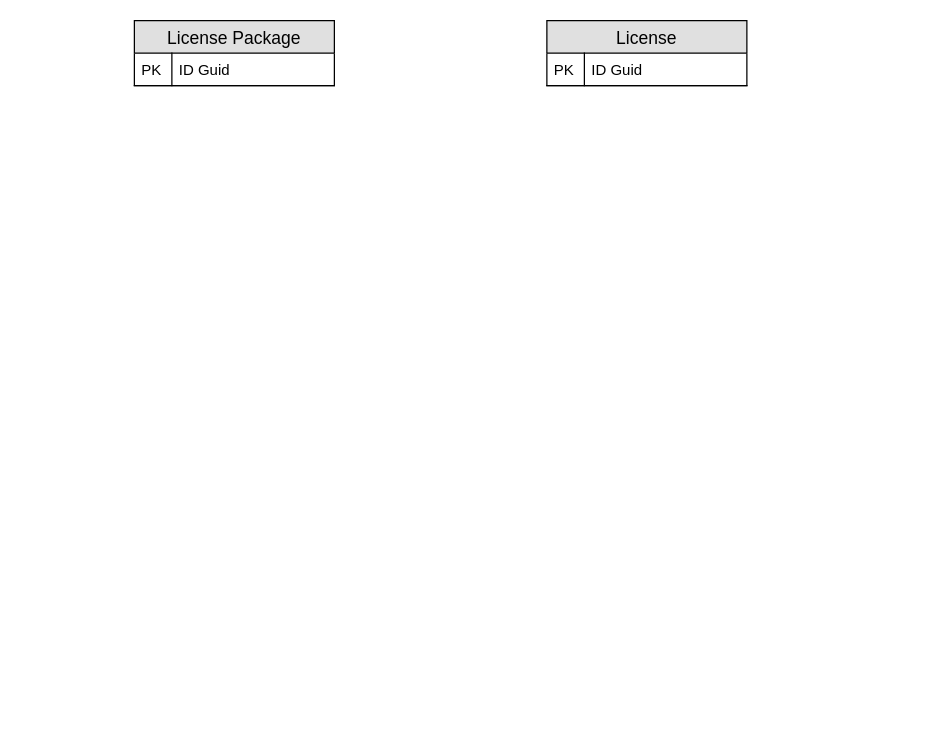
xiaowei90113/Design keeps this draw.io diagram as page "Physical Data Model" (1 of 3) of SFx License Management Tech Design.drawio. Above is the earlier version. Source tidied: cells renumbered, new cells numbered last; positions are measured from the earlier drawing's top-left corner, leaving out a move shared by most shapes. Both pictures are drawn from the tidied source at 125%, with x=0, y=0 at pixel (134, 20).
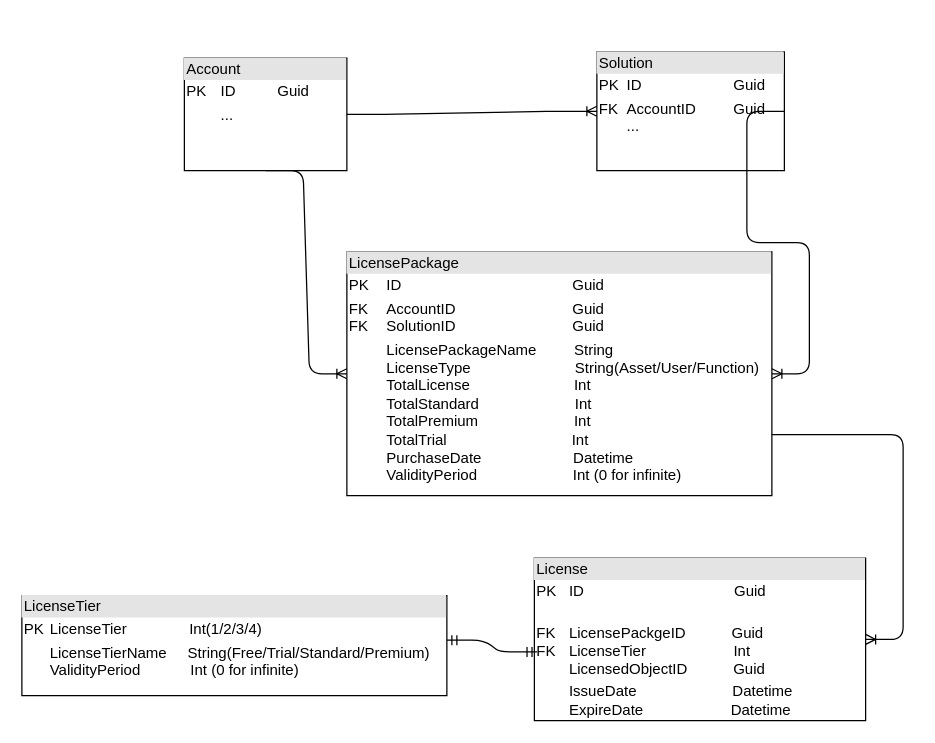
After the change.

Diff of the diagram source:
```diff
@@
 <mxGraphModel>
   <root>
     <mxCell id="0" />
     <mxCell id="1" parent="0" />
-    <mxCell id="2" value="License Package" style="swimlane;fontStyle=0;horizontal=1;startSize=26;fillColor=#e0e0e0;swimlaneFillColor=#ffffff;align=center;fontSize=14;" parent="1" vertex="1">
-      <mxGeometry width="160" height="52" as="geometry" />
-    </mxCell>
-    <mxCell id="3" value="ID Guid" style="shape=partialRectangle;top=0;left=0;right=0;bottom=1;align=left;verticalAlign=top;fillColor=none;spacingLeft=34;spacingRight=4;overflow=hidden;fontSize=12;" parent="2" vertex="1">
-      <mxGeometry y="26" width="160" height="26" as="geometry" />
-    </mxCell>
-    <mxCell id="4" value="PK" style="shape=partialRectangle;top=0;left=0;bottom=0;fillColor=none;align=left;verticalAlign=top;spacingLeft=4;spacingRight=4;overflow=hidden;fontSize=12;" parent="3" vertex="1">
-      <mxGeometry width="30" height="26" as="geometry" />
-    </mxCell>
-    <mxCell id="5" value="License" style="swimlane;fontStyle=0;horizontal=1;startSize=26;fillColor=#e0e0e0;swimlaneFillColor=#ffffff;align=center;fontSize=14;" parent="1" vertex="1">
-      <mxGeometry x="330" width="160" height="52" as="geometry" />
-    </mxCell>
-    <mxCell id="6" value="ID Guid" style="shape=partialRectangle;top=0;left=0;right=0;bottom=1;align=left;verticalAlign=top;fillColor=none;spacingLeft=34;spacingRight=4;overflow=hidden;fontSize=12;" parent="5" vertex="1">
-      <mxGeometry y="26" width="160" height="26" as="geometry" />
-    </mxCell>
-    <mxCell id="7" value="PK" style="shape=partialRectangle;top=0;left=0;bottom=0;fillColor=none;align=left;verticalAlign=top;spacingLeft=4;spacingRight=4;overflow=hidden;fontSize=12;" parent="6" vertex="1">
-      <mxGeometry width="30" height="26" as="geometry" />
-    </mxCell>
+    <mxCell id="8" value="&lt;div style=&quot;box-sizing: border-box ; width: 100% ; background: #e4e4e4 ; padding: 2px&quot;&gt;LicensePackage&lt;br&gt;&lt;/div&gt;&lt;table style=&quot;width: 100% ; font-size: 1em&quot; cellpadding=&quot;2&quot; cellspacing=&quot;0&quot;&gt;&lt;tbody&gt;&lt;tr&gt;&lt;td&gt;PK&lt;/td&gt;&lt;td&gt;ID&amp;nbsp; &amp;nbsp; &amp;nbsp; &amp;nbsp; &amp;nbsp; &amp;nbsp; &amp;nbsp; &amp;nbsp; &amp;nbsp; &amp;nbsp; &amp;nbsp; &amp;nbsp; &amp;nbsp; &amp;nbsp; &amp;nbsp; &amp;nbsp; &amp;nbsp; &amp;nbsp; &amp;nbsp; &amp;nbsp; &amp;nbsp;Guid&lt;br&gt;&lt;/td&gt;&lt;/tr&gt;&lt;tr&gt;&lt;td&gt;FK&amp;nbsp; &amp;nbsp;&lt;br&gt;FK&lt;br&gt;&lt;/td&gt;&lt;td&gt;AccountID&amp;nbsp; &amp;nbsp; &amp;nbsp; &amp;nbsp; &amp;nbsp; &amp;nbsp; &amp;nbsp; &amp;nbsp; &amp;nbsp; &amp;nbsp; &amp;nbsp; &amp;nbsp; &amp;nbsp; &amp;nbsp; Guid&lt;br&gt;SolutionID&amp;nbsp; &amp;nbsp; &amp;nbsp; &amp;nbsp; &amp;nbsp; &amp;nbsp; &amp;nbsp; &amp;nbsp; &amp;nbsp; &amp;nbsp; &amp;nbsp; &amp;nbsp; &amp;nbsp; &amp;nbsp; Guid&lt;br&gt;&lt;/td&gt;&lt;/tr&gt;&lt;tr&gt;&lt;td&gt;&lt;/td&gt;&lt;td&gt;LicensePackageName&amp;nbsp; &amp;nbsp; &amp;nbsp; &amp;nbsp; &amp;nbsp;String&lt;br&gt;LicenseType&amp;nbsp; &amp;nbsp; &amp;nbsp; &amp;nbsp; &amp;nbsp; &amp;nbsp; &amp;nbsp; &amp;nbsp; &amp;nbsp; &amp;nbsp; &amp;nbsp; &amp;nbsp; &amp;nbsp;String(Asset/User/Function)&lt;br&gt;TotalLicense&amp;nbsp; &amp;nbsp; &amp;nbsp; &amp;nbsp; &amp;nbsp; &amp;nbsp; &amp;nbsp; &amp;nbsp; &amp;nbsp; &amp;nbsp; &amp;nbsp; &amp;nbsp; &amp;nbsp;Int&lt;br&gt;TotalStandard&amp;nbsp; &amp;nbsp; &amp;nbsp; &amp;nbsp; &amp;nbsp; &amp;nbsp; &amp;nbsp; &amp;nbsp; &amp;nbsp; &amp;nbsp; &amp;nbsp; &amp;nbsp;Int&lt;br&gt;TotalPremium&amp;nbsp; &amp;nbsp; &amp;nbsp; &amp;nbsp; &amp;nbsp; &amp;nbsp; &amp;nbsp; &amp;nbsp; &amp;nbsp; &amp;nbsp; &amp;nbsp; &amp;nbsp;Int&lt;br&gt;TotalTrial&amp;nbsp; &amp;nbsp; &amp;nbsp; &amp;nbsp; &amp;nbsp; &amp;nbsp; &amp;nbsp; &amp;nbsp; &amp;nbsp; &amp;nbsp; &amp;nbsp; &amp;nbsp; &amp;nbsp; &amp;nbsp; &amp;nbsp; Int&lt;br&gt;PurchaseDate&amp;nbsp; &amp;nbsp; &amp;nbsp; &amp;nbsp; &amp;nbsp; &amp;nbsp; &amp;nbsp; &amp;nbsp; &amp;nbsp; &amp;nbsp; &amp;nbsp; Datetime&lt;br&gt;ValidityPeriod&amp;nbsp; &amp;nbsp; &amp;nbsp; &amp;nbsp; &amp;nbsp; &amp;nbsp; &amp;nbsp; &amp;nbsp; &amp;nbsp; &amp;nbsp; &amp;nbsp; &amp;nbsp;Int (0 for infinite)&lt;br&gt;&lt;br&gt;&lt;br&gt;&lt;br&gt;&lt;br&gt;&lt;/td&gt;&lt;/tr&gt;&lt;/tbody&gt;&lt;/table&gt;" style="verticalAlign=top;align=left;overflow=fill;html=1;" parent="1" vertex="1">
+      <mxGeometry x="170" y="185" width="340" height="195" as="geometry" />
+    </mxCell>
+    <mxCell id="9" value="&lt;div style=&quot;box-sizing: border-box ; width: 100% ; background: #e4e4e4 ; padding: 2px&quot;&gt;License&lt;br&gt;&lt;/div&gt;&lt;table style=&quot;width: 100% ; font-size: 1em&quot; cellpadding=&quot;2&quot; cellspacing=&quot;0&quot;&gt;&lt;tbody&gt;&lt;tr&gt;&lt;td&gt;PK&lt;/td&gt;&lt;td&gt;ID&amp;nbsp; &amp;nbsp; &amp;nbsp; &amp;nbsp; &amp;nbsp; &amp;nbsp; &amp;nbsp; &amp;nbsp; &amp;nbsp; &amp;nbsp; &amp;nbsp; &amp;nbsp; &amp;nbsp; &amp;nbsp; &amp;nbsp; &amp;nbsp; &amp;nbsp; &amp;nbsp; Guid&lt;br&gt;&lt;/td&gt;&lt;/tr&gt;&lt;tr&gt;&lt;td&gt;FK&lt;br&gt;FK&lt;/td&gt;&lt;td&gt;&lt;br&gt;LicensePackgeID&amp;nbsp; &amp;nbsp; &amp;nbsp; &amp;nbsp; &amp;nbsp; &amp;nbsp;Guid&lt;br&gt;LicenseTier&amp;nbsp; &amp;nbsp; &amp;nbsp; &amp;nbsp; &amp;nbsp; &amp;nbsp; &amp;nbsp; &amp;nbsp; &amp;nbsp; &amp;nbsp; &amp;nbsp;Int&lt;br&gt;LicensedObjectID&amp;nbsp; &amp;nbsp; &amp;nbsp; &amp;nbsp; &amp;nbsp; &amp;nbsp;Guid&lt;br&gt;&lt;/td&gt;&lt;/tr&gt;&lt;tr&gt;&lt;td&gt;&lt;br&gt;&lt;/td&gt;&lt;td&gt;IssueDate&amp;nbsp; &amp;nbsp; &amp;nbsp; &amp;nbsp; &amp;nbsp; &amp;nbsp; &amp;nbsp; &amp;nbsp; &amp;nbsp; &amp;nbsp; &amp;nbsp; &amp;nbsp;Datetime&lt;br&gt;ExpireDate&amp;nbsp; &amp;nbsp; &amp;nbsp; &amp;nbsp; &amp;nbsp; &amp;nbsp; &amp;nbsp; &amp;nbsp; &amp;nbsp; &amp;nbsp; &amp;nbsp;Datetime&lt;br&gt;&lt;br&gt;&lt;br&gt;&lt;br&gt;&lt;br&gt;&lt;/td&gt;&lt;/tr&gt;&lt;/tbody&gt;&lt;/table&gt;" style="verticalAlign=top;align=left;overflow=fill;html=1;" parent="1" vertex="1">
+      <mxGeometry x="320" y="430" width="265" height="130" as="geometry" />
+    </mxCell>
+    <mxCell id="10" value="&lt;div style=&quot;box-sizing: border-box ; width: 100% ; background: #e4e4e4 ; padding: 2px&quot;&gt;Solution&lt;/div&gt;&lt;table style=&quot;width: 100% ; font-size: 1em&quot; cellpadding=&quot;2&quot; cellspacing=&quot;0&quot;&gt;&lt;tbody&gt;&lt;tr&gt;&lt;td&gt;PK&lt;/td&gt;&lt;td&gt;ID&amp;nbsp; &amp;nbsp; &amp;nbsp; &amp;nbsp; &amp;nbsp; &amp;nbsp; &amp;nbsp; &amp;nbsp; &amp;nbsp; &amp;nbsp; &amp;nbsp; Guid&lt;/td&gt;&lt;/tr&gt;&lt;tr&gt;&lt;td&gt;FK&lt;br&gt;&lt;br&gt;&lt;/td&gt;&lt;td&gt;AccountID&amp;nbsp; &amp;nbsp; &amp;nbsp; &amp;nbsp; &amp;nbsp;Guid&lt;br&gt;...&lt;/td&gt;&lt;/tr&gt;&lt;tr&gt;&lt;td&gt;&lt;/td&gt;&lt;td&gt;&lt;br&gt;&lt;br&gt;&lt;/td&gt;&lt;/tr&gt;&lt;/tbody&gt;&lt;/table&gt;" style="verticalAlign=top;align=left;overflow=fill;html=1;" parent="1" vertex="1">
+      <mxGeometry x="370" y="25" width="150" height="95" as="geometry" />
+    </mxCell>
+    <mxCell id="11" value="&lt;div style=&quot;box-sizing: border-box ; width: 100% ; background: #e4e4e4 ; padding: 2px&quot;&gt;Account&lt;/div&gt;&lt;table style=&quot;width: 100% ; font-size: 1em&quot; cellpadding=&quot;2&quot; cellspacing=&quot;0&quot;&gt;&lt;tbody&gt;&lt;tr&gt;&lt;td&gt;PK&lt;/td&gt;&lt;td&gt;ID&amp;nbsp; &amp;nbsp; &amp;nbsp; &amp;nbsp; &amp;nbsp; Guid&lt;/td&gt;&lt;/tr&gt;&lt;tr&gt;&lt;td&gt;&lt;br&gt;&lt;/td&gt;&lt;td&gt;...&lt;/td&gt;&lt;/tr&gt;&lt;tr&gt;&lt;td&gt;&lt;/td&gt;&lt;td&gt;&lt;br&gt;&lt;/td&gt;&lt;/tr&gt;&lt;/tbody&gt;&lt;/table&gt;" style="verticalAlign=top;align=left;overflow=fill;html=1;" parent="1" vertex="1">
+      <mxGeometry x="40" y="30" width="130" height="90" as="geometry" />
+    </mxCell>
+    <mxCell id="12" style="edgeStyle=entityRelationEdgeStyle;fontSize=12;html=1;endArrow=ERoneToMany;exitX=1;exitY=0.5;exitDx=0;exitDy=0;" parent="1" edge="1" source="11" target="10">
+      <mxGeometry relative="1" as="geometry" />
+    </mxCell>
+    <mxCell id="13" style="edgeStyle=entityRelationEdgeStyle;fontSize=12;html=1;endArrow=ERoneToMany;exitX=1;exitY=0.5;exitDx=0;exitDy=0;" parent="1" edge="1" source="10" target="8">
+      <mxGeometry relative="1" as="geometry" />
+    </mxCell>
+    <mxCell id="14" style="edgeStyle=entityRelationEdgeStyle;fontSize=12;html=1;endArrow=ERoneToMany;exitX=0.5;exitY=1;exitDx=0;exitDy=0;entryX=0;entryY=0.5;entryDx=0;entryDy=0;" parent="1" edge="1" source="11" target="8">
+      <mxGeometry relative="1" as="geometry" />
+    </mxCell>
+    <mxCell id="15" style="edgeStyle=entityRelationEdgeStyle;fontSize=12;html=1;endArrow=ERoneToMany;exitX=1;exitY=0.75;exitDx=0;exitDy=0;" parent="1" edge="1" source="8" target="9">
+      <mxGeometry relative="1" as="geometry" />
+    </mxCell>
+    <mxCell id="16" value="&lt;div style=&quot;box-sizing: border-box ; width: 100% ; background: #e4e4e4 ; padding: 2px&quot;&gt;LicenseTier&lt;br&gt;&lt;/div&gt;&lt;table style=&quot;width: 100% ; font-size: 1em&quot; cellpadding=&quot;2&quot; cellspacing=&quot;0&quot;&gt;&lt;tbody&gt;&lt;tr&gt;&lt;td&gt;PK&lt;/td&gt;&lt;td&gt;LicenseTier&amp;nbsp; &amp;nbsp; &amp;nbsp; &amp;nbsp; &amp;nbsp; &amp;nbsp; &amp;nbsp; &amp;nbsp;Int(1/2/3/4)&lt;br&gt;&lt;/td&gt;&lt;/tr&gt;&lt;tr&gt;&lt;td&gt;&lt;br&gt;&lt;/td&gt;&lt;td&gt;LicenseTierName&amp;nbsp; &amp;nbsp; &amp;nbsp;String(Free/Trial/Standard/Premium)&lt;br&gt;ValidityPeriod&amp;nbsp; &amp;nbsp; &amp;nbsp; &amp;nbsp; &amp;nbsp; &amp;nbsp; Int (0 for infinite)&lt;/td&gt;&lt;/tr&gt;&lt;tr&gt;&lt;td&gt;&lt;/td&gt;&lt;td&gt;&lt;br&gt;&lt;br&gt;&lt;br&gt;&lt;br&gt;&lt;/td&gt;&lt;/tr&gt;&lt;/tbody&gt;&lt;/table&gt;" style="verticalAlign=top;align=left;overflow=fill;html=1;" parent="1" vertex="1">
+      <mxGeometry x="-90" y="460" width="340" height="80" as="geometry" />
+    </mxCell>
+    <mxCell id="17" style="edgeStyle=entityRelationEdgeStyle;fontSize=12;html=1;endArrow=ERmandOne;startArrow=ERmandOne;entryX=0.008;entryY=0.577;entryDx=0;entryDy=0;entryPerimeter=0;exitX=1;exitY=0.446;exitDx=0;exitDy=0;exitPerimeter=0;" parent="1" edge="1" source="16" target="9">
+      <mxGeometry relative="1" as="geometry" />
+    </mxCell>
   </root>
 </mxGraphModel>
```
